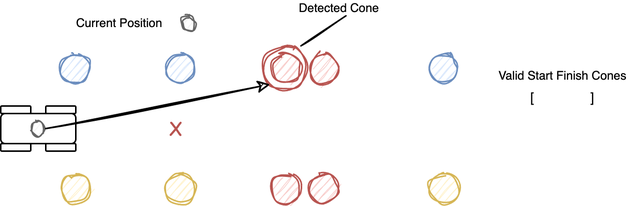
Above: img/Path_Planner_Start_Finish_Detector_3.png in Beomar97/path-planning-docs (draw.io), before the change. Source tidied: cells renumbered, new cells last; positions are measured from the earlier drawing's top-left corner, leaving out a move shared by most shapes.
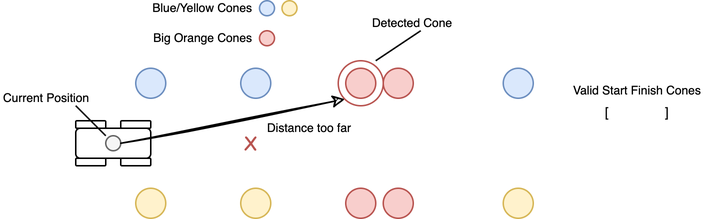
After the change.

What changed in the source:
```diff
@@ -2,28 +2,28 @@
   <root>
     <mxCell id="0" />
     <mxCell id="1" parent="0" />
-    <mxCell id="2" style="ellipse;whiteSpace=wrap;html=1;sketch=1;fillColor=#dae8fc;strokeColor=#6c8ebf;fontFamily=Helvetica;" parent="1" vertex="1">
+    <mxCell id="2" style="ellipse;whiteSpace=wrap;html=1;sketch=0;fillColor=#dae8fc;strokeColor=#6c8ebf;fontFamily=Helvetica;" parent="1" vertex="1">
       <mxGeometry x="285" y="35" width="20" height="20" as="geometry" />
     </mxCell>
-    <mxCell id="3" style="ellipse;whiteSpace=wrap;html=1;sketch=1;fillColor=#fff2cc;strokeColor=#d6b656;fontFamily=Helvetica;" parent="1" vertex="1">
+    <mxCell id="3" style="ellipse;whiteSpace=wrap;html=1;sketch=0;fillColor=#fff2cc;strokeColor=#d6b656;fontFamily=Helvetica;" parent="1" vertex="1">
       <mxGeometry x="285" y="115" width="20" height="20" as="geometry" />
     </mxCell>
-    <mxCell id="4" style="ellipse;whiteSpace=wrap;html=1;sketch=1;fillColor=#f8cecc;strokeColor=#b85450;fontFamily=Helvetica;" parent="1" vertex="1">
+    <mxCell id="4" style="ellipse;whiteSpace=wrap;html=1;sketch=0;fillColor=#f8cecc;strokeColor=#b85450;fontFamily=Helvetica;" parent="1" vertex="1">
       <mxGeometry x="205" y="35" width="20" height="20" as="geometry" />
     </mxCell>
-    <mxCell id="5" style="ellipse;whiteSpace=wrap;html=1;sketch=1;fillColor=#f8cecc;strokeColor=#b85450;fontFamily=Helvetica;" parent="1" vertex="1">
+    <mxCell id="5" style="ellipse;whiteSpace=wrap;html=1;sketch=0;fillColor=#f8cecc;strokeColor=#b85450;fontFamily=Helvetica;" parent="1" vertex="1">
       <mxGeometry x="205" y="115" width="20" height="20" as="geometry" />
     </mxCell>
-    <mxCell id="6" style="ellipse;whiteSpace=wrap;html=1;sketch=1;fillColor=#f8cecc;strokeColor=#b85450;fontFamily=Helvetica;" parent="1" vertex="1">
+    <mxCell id="6" style="ellipse;whiteSpace=wrap;html=1;sketch=0;fillColor=#f8cecc;strokeColor=#b85450;fontFamily=Helvetica;" parent="1" vertex="1">
       <mxGeometry x="180" y="35" width="20" height="20" as="geometry" />
     </mxCell>
-    <mxCell id="7" style="ellipse;whiteSpace=wrap;html=1;sketch=1;fillColor=#f8cecc;strokeColor=#b85450;fontFamily=Helvetica;" parent="1" vertex="1">
+    <mxCell id="7" style="ellipse;whiteSpace=wrap;html=1;sketch=0;fillColor=#f8cecc;strokeColor=#b85450;fontFamily=Helvetica;" parent="1" vertex="1">
       <mxGeometry x="180" y="115" width="20" height="20" as="geometry" />
     </mxCell>
-    <mxCell id="8" style="ellipse;whiteSpace=wrap;html=1;sketch=1;fillColor=#dae8fc;strokeColor=#6c8ebf;fontFamily=Helvetica;" parent="1" vertex="1">
+    <mxCell id="8" style="ellipse;whiteSpace=wrap;html=1;sketch=0;fillColor=#dae8fc;strokeColor=#6c8ebf;fontFamily=Helvetica;" parent="1" vertex="1">
       <mxGeometry x="110" y="35" width="20" height="20" as="geometry" />
     </mxCell>
-    <mxCell id="9" style="ellipse;whiteSpace=wrap;html=1;sketch=1;fillColor=#fff2cc;strokeColor=#d6b656;fontFamily=Helvetica;" parent="1" vertex="1">
+    <mxCell id="9" style="ellipse;whiteSpace=wrap;html=1;sketch=0;fillColor=#fff2cc;strokeColor=#d6b656;fontFamily=Helvetica;" parent="1" vertex="1">
       <mxGeometry x="110" y="115" width="20" height="20" as="geometry" />
     </mxCell>
     <mxCell id="10" style="group;" parent="1" vertex="1">
@@ -44,16 +44,16 @@
     <mxCell id="15" style="rounded=1;whiteSpace=wrap;html=1;fillColor=none;" parent="10" vertex="1">
       <mxGeometry x="30" y="25" width="20" height="5" as="geometry" />
     </mxCell>
-    <mxCell id="16" style="ellipse;whiteSpace=wrap;html=1;sketch=1;fillColor=#f5f5f5;strokeColor=#666666;fontFamily=Helvetica;fontColor=#333333;" parent="10" vertex="1">
+    <mxCell id="16" style="ellipse;whiteSpace=wrap;html=1;sketch=0;fillColor=#f5f5f5;strokeColor=#666666;fontFamily=Helvetica;fontColor=#333333;" parent="10" vertex="1">
       <mxGeometry x="20" y="10" width="10" height="10" as="geometry" />
     </mxCell>
-    <mxCell id="17" style="ellipse;whiteSpace=wrap;html=1;sketch=1;fillColor=#dae8fc;strokeColor=#6c8ebf;fontFamily=Helvetica;" parent="1" vertex="1">
+    <mxCell id="17" style="ellipse;whiteSpace=wrap;html=1;sketch=0;fillColor=#dae8fc;strokeColor=#6c8ebf;fontFamily=Helvetica;" parent="1" vertex="1">
       <mxGeometry x="40" y="35" width="20" height="20" as="geometry" />
     </mxCell>
-    <mxCell id="18" style="ellipse;whiteSpace=wrap;html=1;sketch=1;fillColor=#fff2cc;strokeColor=#d6b656;fontFamily=Helvetica;" parent="1" vertex="1">
+    <mxCell id="18" style="ellipse;whiteSpace=wrap;html=1;sketch=0;fillColor=#fff2cc;strokeColor=#d6b656;fontFamily=Helvetica;" parent="1" vertex="1">
       <mxGeometry x="40" y="115" width="20" height="20" as="geometry" />
     </mxCell>
-    <mxCell id="19" style="ellipse;whiteSpace=wrap;html=1;sketch=1;fillColor=none;strokeColor=#b85450;fontFamily=Helvetica;" parent="1" vertex="1">
+    <mxCell id="19" style="ellipse;whiteSpace=wrap;html=1;sketch=0;fillColor=none;strokeColor=#b85450;fontFamily=Helvetica;" parent="1" vertex="1">
       <mxGeometry x="175" y="30" width="30" height="30" as="geometry" />
     </mxCell>
     <mxCell id="20" style="endArrow=classic;html=1;rounded=0;exitX=1;exitY=0.5;exitDx=0;exitDy=0;entryX=0;entryY=1;entryDx=0;entryDy=0;sketch=1;" parent="1" edge="1" source="16" target="19">
@@ -68,17 +68,37 @@
     <mxCell id="23" value="[&amp;nbsp; &amp;nbsp; &amp;nbsp; &amp;nbsp; &amp;nbsp; &amp;nbsp; &amp;nbsp; &amp;nbsp;]" style="text;html=1;strokeColor=none;fillColor=none;align=center;verticalAlign=middle;whiteSpace=wrap;rounded=0;fontFamily=Helvetica;fontSize=9;" parent="1" vertex="1">
       <mxGeometry x="343.4" y="60" width="63.1" height="10" as="geometry" />
     </mxCell>
-    <mxCell id="24" value="Current Position" style="text;html=1;strokeColor=none;fillColor=none;align=right;verticalAlign=middle;whiteSpace=wrap;rounded=0;fontFamily=Helvetica;fontSize=8;" parent="1" vertex="1">
-      <mxGeometry x="20" y="10" width="90" height="10" as="geometry" />
+    <mxCell id="24" value="Detected Cone" style="text;html=1;strokeColor=none;fillColor=none;align=left;verticalAlign=middle;whiteSpace=wrap;rounded=0;fontFamily=Helvetica;fontSize=8;" parent="1" vertex="1">
+      <mxGeometry x="196.5" width="90" height="10" as="geometry" />
     </mxCell>
-    <mxCell id="25" style="ellipse;whiteSpace=wrap;html=1;sketch=1;fillColor=#f5f5f5;strokeColor=#666666;fontFamily=Helvetica;fontColor=#333333;" parent="1" vertex="1">
-      <mxGeometry x="120" y="10" width="10" height="10" as="geometry" />
+    <mxCell id="25" style="endArrow=none;html=1;rounded=0;sketch=0;exitX=0.833;exitY=0;exitDx=0;exitDy=0;exitPerimeter=0;entryX=0.372;entryY=1;entryDx=0;entryDy=0;entryPerimeter=0;" parent="1" edge="1" source="19" target="24">
+      <mxGeometry relative="1" as="geometry" />
     </mxCell>
-    <mxCell id="26" value="Detected Cone" style="text;html=1;strokeColor=none;fillColor=none;align=left;verticalAlign=middle;whiteSpace=wrap;rounded=0;fontFamily=Helvetica;fontSize=8;" parent="1" vertex="1">
-      <mxGeometry x="196.5" width="90" height="10" as="geometry" />
+    <mxCell id="26" value="Current Position" style="text;html=1;strokeColor=none;fillColor=none;align=left;verticalAlign=middle;whiteSpace=wrap;rounded=0;fontFamily=Helvetica;fontSize=8;" parent="1" vertex="1">
+      <mxGeometry x="-50" y="50" width="68.5" height="10" as="geometry" />
     </mxCell>
-    <mxCell id="27" style="endArrow=none;html=1;rounded=0;sketch=1;exitX=0.833;exitY=0;exitDx=0;exitDy=0;exitPerimeter=0;entryX=0.372;entryY=1;entryDx=0;entryDy=0;entryPerimeter=0;" parent="1" edge="1" source="19" target="26">
-      <mxGeometry relative="1" as="geometry" />
+    <mxCell id="27" value="Blue/Yellow Cones" style="text;html=1;strokeColor=none;fillColor=none;align=right;verticalAlign=middle;whiteSpace=wrap;rounded=0;fontFamily=Helvetica;fontSize=8;" parent="1" vertex="1">
+      <mxGeometry x="30" y="-10" width="90" height="10" as="geometry" />
     </mxCell>
+    <mxCell id="28" value="Big Orange Cones" style="text;html=1;strokeColor=none;fillColor=none;align=right;verticalAlign=middle;whiteSpace=wrap;rounded=0;fontFamily=Helvetica;fontSize=8;" parent="1" vertex="1">
+      <mxGeometry x="30" y="10" width="90" height="10" as="geometry" />
+    </mxCell>
+    <mxCell id="29" style="ellipse;whiteSpace=wrap;html=1;sketch=0;fillColor=#fff2cc;strokeColor=#d6b656;fontFamily=Helvetica;" parent="1" vertex="1">
+      <mxGeometry x="137.5" y="-10" width="10" height="10" as="geometry" />
+    </mxCell>
+    <mxCell id="30" style="ellipse;whiteSpace=wrap;html=1;sketch=0;fillColor=#dae8fc;strokeColor=#6c8ebf;fontFamily=Helvetica;" parent="1" vertex="1">
+      <mxGeometry x="122.5" y="-10" width="10" height="10" as="geometry" />
+    </mxCell>
+    <mxCell id="31" style="ellipse;whiteSpace=wrap;html=1;sketch=0;fillColor=#f8cecc;strokeColor=#b85450;fontFamily=Helvetica;" parent="1" vertex="1">
+      <mxGeometry x="122.5" y="10" width="10" height="10" as="geometry" />
+    </mxCell>
+    <mxCell id="32" style="endArrow=none;html=1;rounded=0;sketch=0;exitX=0.4;exitY=0.25;exitDx=0;exitDy=0;exitPerimeter=0;" parent="1" edge="1" source="11">
+      <mxGeometry relative="1" as="geometry">
+        <mxPoint y="60" as="targetPoint" />
+      </mxGeometry>
+    </mxCell>
+    <mxCell id="33" value="Distance too far" style="text;html=1;strokeColor=none;fillColor=none;align=left;verticalAlign=middle;whiteSpace=wrap;rounded=0;fontFamily=Helvetica;fontSize=8;" parent="1" vertex="1">
+      <mxGeometry x="126.5" y="70" width="68.5" height="10" as="geometry" />
+    </mxCell>
   </root>
 </mxGraphModel>
```
